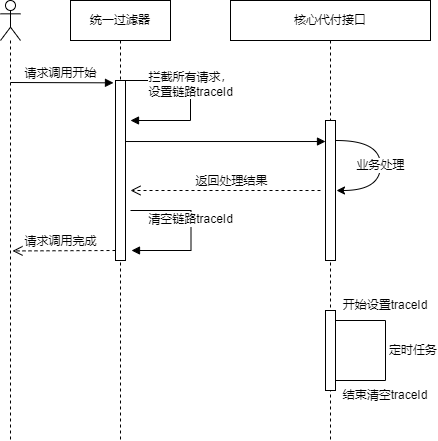
Before: 链路追踪traceId填充流程图.png, a diagram exported from draw.io (songyibo2019/mydiagrams). Source tidied: cells renumbered, new cells last; positions are measured from the earlier drawing's top-left corner, leaving out a move shared by most shapes.
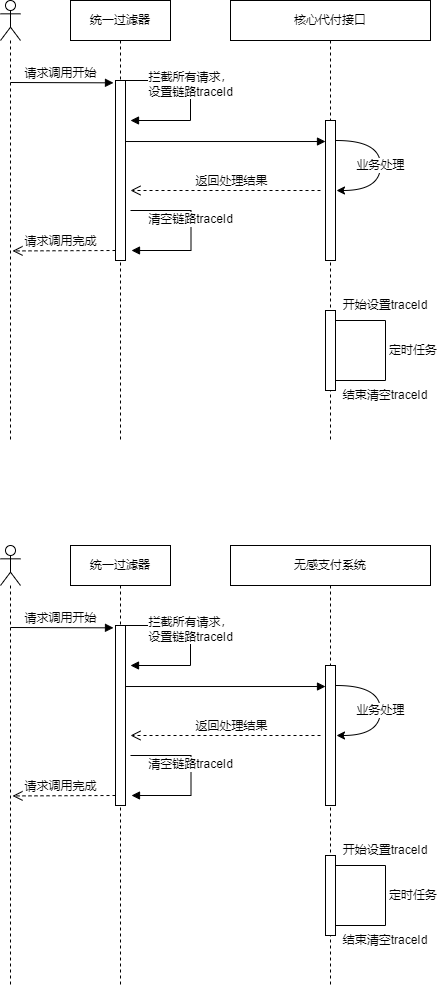
After the commit.

Commit message:
Update 链路追踪traceId填充流程图.png

Diff of the diagram source:
```diff
@@ -95,5 +95,98 @@
     <mxCell id="19" value="清空链路traceId" style="edgeLabel;html=1;align=center;verticalAlign=middle;" parent="18" vertex="1">
       <mxGeometry x="-0.14" y="-1" relative="1" as="geometry" />
     </mxCell>
+    <mxCell id="20" style="shape=umlLifeline;participant=umlActor;perimeter=lifelinePerimeter;whiteSpace=wrap;html=1;verticalAlign=top;spacingTop=36;" parent="1" vertex="1">
+      <mxGeometry y="545" width="20" height="440" as="geometry" />
+    </mxCell>
+    <mxCell id="21" value="请求调用开始" style="html=1;verticalAlign=bottom;endArrow=block;rounded=0;entryX=-0.2;entryY=0.013;entryDx=0;entryDy=0;entryPerimeter=0;" parent="20" edge="1" target="23">
+      <mxGeometry x="-0.03" relative="1" as="geometry">
+        <mxPoint x="10" y="82" as="sourcePoint" />
+      </mxGeometry>
+    </mxCell>
+    <mxCell id="22" value="统一过滤器" style="shape=umlLifeline;perimeter=lifelinePerimeter;whiteSpace=wrap;html=1;outlineConnect=0;" parent="1" vertex="1">
+      <mxGeometry x="70" y="545" width="100" height="440" as="geometry" />
+    </mxCell>
+    <mxCell id="23" style="html=1;points=[];perimeter=orthogonalPerimeter;" parent="22" vertex="1">
+      <mxGeometry x="45" y="80" width="10" height="180" as="geometry" />
+    </mxCell>
+    <mxCell id="24" style="edgeStyle=orthogonalEdgeStyle;html=1;align=left;spacingLeft=2;endArrow=block;rounded=0;" parent="22" edge="1" source="22">
+      <mxGeometry x="-0.16" y="32" relative="1" as="geometry">
+        <mxPoint x="60" y="120" as="targetPoint" />
+        <Array as="points">
+          <mxPoint x="120" y="80" />
+          <mxPoint x="120" y="120" />
+          <mxPoint x="60" y="120" />
+        </Array>
+        <mxPoint x="-12" y="-25" as="offset" />
+      </mxGeometry>
+    </mxCell>
+    <mxCell id="25" value="拦截所有请求，&lt;br&gt;设置链路traceId" style="edgeLabel;html=1;align=center;verticalAlign=middle;" parent="24" vertex="1">
+      <mxGeometry x="-0.14" y="-1" relative="1" as="geometry" />
+    </mxCell>
+    <mxCell id="26" value="请求调用完成" style="html=1;verticalAlign=bottom;endArrow=open;dashed=1;endSize=8;rounded=0;" parent="22" edge="1">
+      <mxGeometry x="0.07" relative="1" as="geometry">
+        <mxPoint x="45" y="250" as="sourcePoint" />
+        <mxPoint x="-58" y="250.4" as="targetPoint" />
+      </mxGeometry>
+    </mxCell>
+    <mxCell id="27" value="无感支付系统" style="shape=umlLifeline;perimeter=lifelinePerimeter;whiteSpace=wrap;html=1;" parent="1" vertex="1">
+      <mxGeometry x="230" y="545" width="200" height="440" as="geometry" />
+    </mxCell>
+    <mxCell id="28" style="html=1;points=[];perimeter=orthogonalPerimeter;" parent="27" vertex="1">
+      <mxGeometry x="95" y="120" width="10" height="140" as="geometry" />
+    </mxCell>
+    <mxCell id="29" value="业务处理" style="curved=1;endArrow=classic;html=1;rounded=0;exitX=1.1;exitY=0.143;exitDx=0;exitDy=0;exitPerimeter=0;entryX=1.1;entryY=0.5;entryDx=0;entryDy=0;entryPerimeter=0;" parent="27" edge="1" source="28" target="28">
+      <mxGeometry relative="1" as="geometry">
+        <Array as="points">
+          <mxPoint x="150" y="140" />
+          <mxPoint x="150" y="190" />
+        </Array>
+      </mxGeometry>
+    </mxCell>
+    <mxCell id="30" value="定时任务" style="edgeStyle=orthogonalEdgeStyle;html=1;align=left;spacingLeft=2;endArrow=block;rounded=0;exitX=1;exitY=0;exitDx=0;exitDy=0;exitPerimeter=0;" parent="27" edge="1" source="31">
+      <mxGeometry relative="1" as="geometry">
+        <mxPoint x="95" y="380" as="targetPoint" />
+        <Array as="points">
+          <mxPoint x="155" y="320" />
+          <mxPoint x="155" y="380" />
+        </Array>
+      </mxGeometry>
+    </mxCell>
+    <mxCell id="31" style="html=1;points=[];perimeter=orthogonalPerimeter;" parent="27" vertex="1">
+      <mxGeometry x="95" y="310" width="10" height="80" as="geometry" />
+    </mxCell>
+    <mxCell id="32" value="开始设置traceId" style="text;html=1;strokeColor=none;fillColor=none;align=center;verticalAlign=middle;whiteSpace=wrap;rounded=0;" parent="27" vertex="1">
+      <mxGeometry x="110" y="290" width="90" height="30" as="geometry" />
+    </mxCell>
+    <mxCell id="33" value="结束清空traceId" style="text;html=1;strokeColor=none;fillColor=none;align=center;verticalAlign=middle;whiteSpace=wrap;rounded=0;" parent="27" vertex="1">
+      <mxGeometry x="110" y="380" width="90" height="30" as="geometry" />
+    </mxCell>
+    <mxCell id="34" style="html=1;verticalAlign=bottom;endArrow=block;rounded=0;exitX=1;exitY=0.339;exitDx=0;exitDy=0;exitPerimeter=0;" parent="1" edge="1" source="23" target="28">
+      <mxGeometry x="0.18" y="-69" relative="1" as="geometry" />
+    </mxCell>
+    <mxCell id="35" value="返回处理结果" style="html=1;verticalAlign=bottom;endArrow=open;dashed=1;endSize=8;rounded=0;" parent="1" edge="1">
+      <mxGeometry x="-0.06" relative="1" as="geometry">
+        <mxPoint x="320" y="735" as="sourcePoint" />
+        <mxPoint x="130" y="735" as="targetPoint" />
+        <Array as="points">
+          <mxPoint x="220" y="735" />
+        </Array>
+      </mxGeometry>
+    </mxCell>
+    <mxCell id="36" style="edgeStyle=orthogonalEdgeStyle;html=1;align=left;spacingLeft=2;endArrow=block;rounded=0;" parent="1" edge="1">
+      <mxGeometry x="-0.16" y="32" relative="1" as="geometry">
+        <mxPoint x="130" y="755" as="sourcePoint" />
+        <mxPoint x="131" y="795" as="targetPoint" />
+        <Array as="points">
+          <mxPoint x="190.5" y="755" />
+          <mxPoint x="190.5" y="795" />
+          <mxPoint x="130.5" y="795" />
+        </Array>
+        <mxPoint x="-12" y="-25" as="offset" />
+      </mxGeometry>
+    </mxCell>
+    <mxCell id="37" value="清空链路traceId" style="edgeLabel;html=1;align=center;verticalAlign=middle;" parent="36" vertex="1">
+      <mxGeometry x="-0.14" y="-1" relative="1" as="geometry" />
+    </mxCell>
   </root>
 </mxGraphModel>
```
